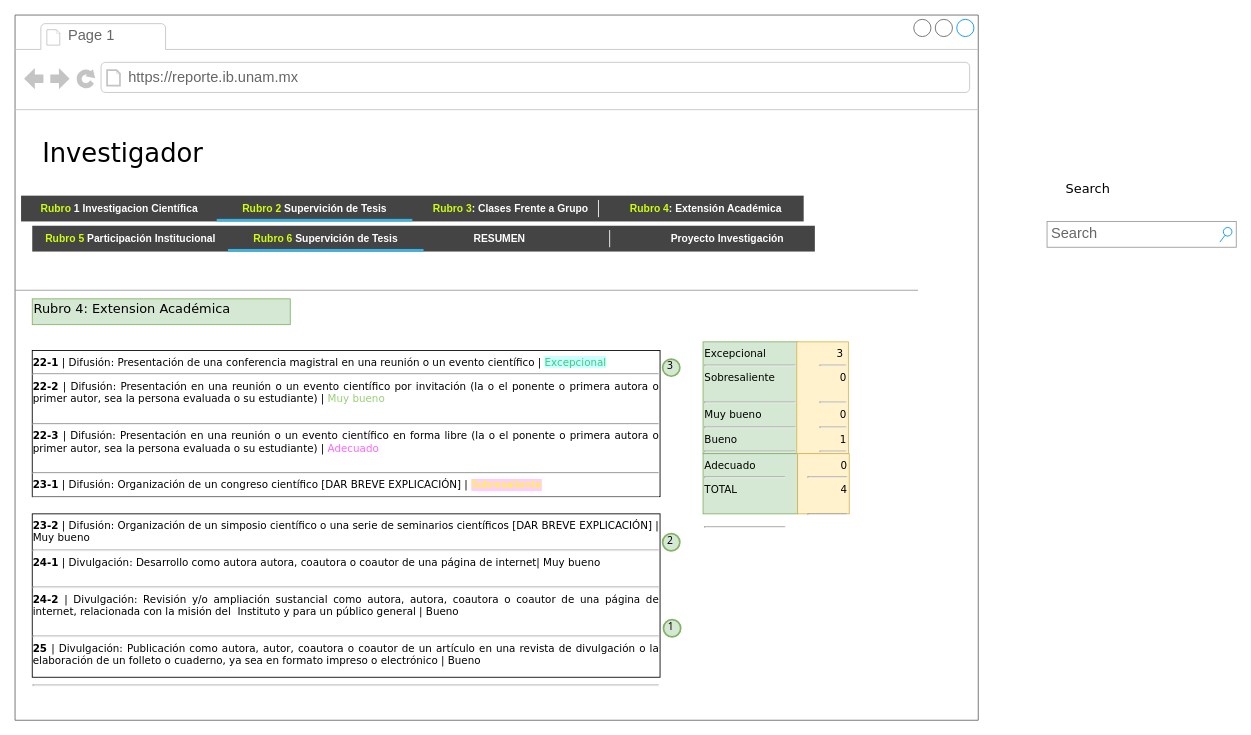
This is Investigador.drawio from mariogb/automatic-code-write, a draw.io file, before an edit. Source tidied: cells renumbered, new cells numbered last; positions are measured from the earlier drawing's top-left corner, leaving out a move shared by most shapes. Both pictures are drawn from the tidied source at 86%, with x=0, y=0 at pixel (15, 15).
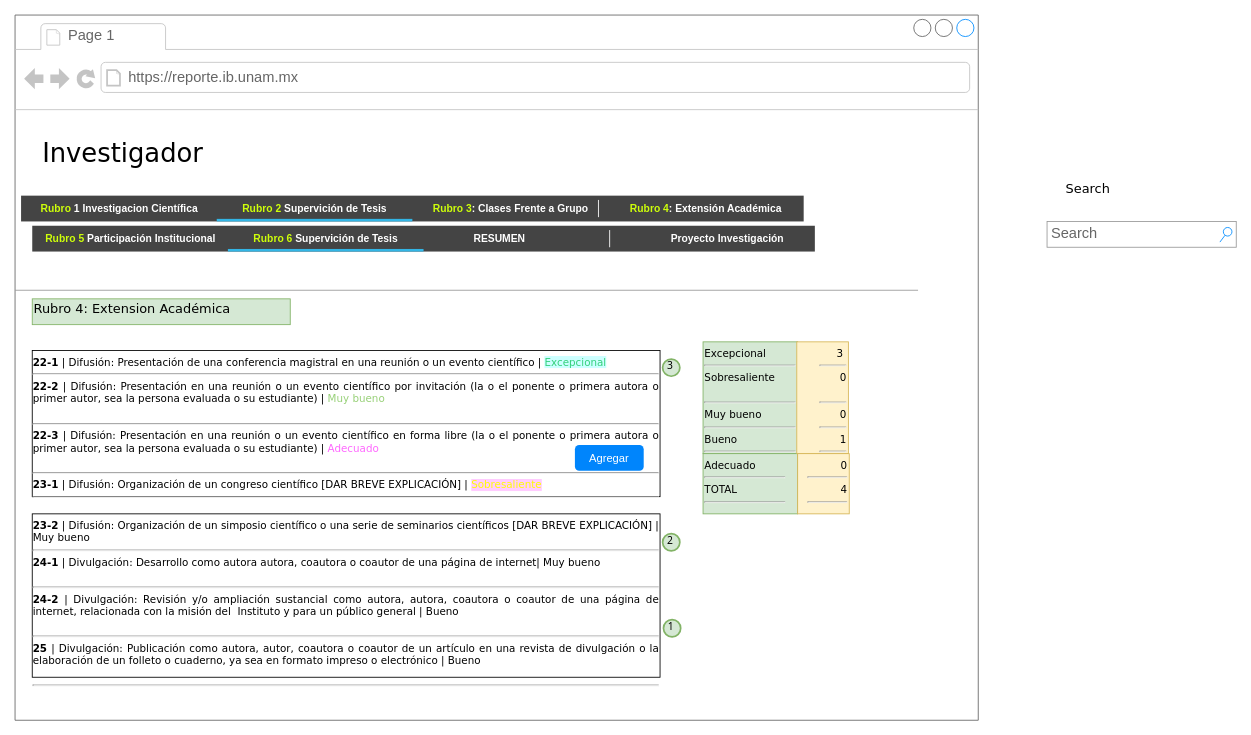
Above is the later version.

The change refers to these unchanged cells:
```xml
<mxCell id="2" style="strokeWidth=1;shadow=0;dashed=0;align=center;html=1;shape=mxgraph.mockup.containers.browserWindow;rSize=0;strokeColor=#666666;mainText=,;rounded=0;labelBackgroundColor=none;fontFamily=Verdana;fontSize=12;fillColor=none;" parent="1" vertex="1">
  <mxGeometry width="1120" height="820" as="geometry" />
</mxCell>
```

Change to the diagram source:
```diff
@@
-    <mxCell id="29" value="&lt;div align=&quot;left&quot;&gt;Adecuado &amp;nbsp;&amp;nbsp;&amp;nbsp;&amp;nbsp;&amp;nbsp;&amp;nbsp;&amp;nbsp;&amp;nbsp; &lt;br&gt;&lt;/div&gt;&lt;div align=&quot;left&quot;&gt;&lt;hr id=&quot;null&quot; style=&quot;&quot;&gt;&lt;span&gt;&lt;div style=&quot;&quot;&gt;TOTAL&lt;br&gt;&lt;br&gt;&lt;/div&gt;&lt;/span&gt;&lt;/div&gt;&lt;br&gt;&lt;hr align=&quot;left&quot; id=&quot;null&quot;&gt;" style="whiteSpace=wrap;html=1;rounded=0;shadow=0;labelBackgroundColor=none;strokeWidth=1;fontFamily=Verdana;fontSize=12;align=left;verticalAlign=top;fillColor=#d5e8d4;strokeColor=#82b366;" parent="2" vertex="1">
+    <mxCell id="29" value="&lt;div align=&quot;left&quot;&gt;Adecuado &amp;nbsp;&amp;nbsp;&amp;nbsp;&amp;nbsp;&amp;nbsp;&amp;nbsp;&amp;nbsp;&amp;nbsp; &lt;br&gt;&lt;/div&gt;&lt;div align=&quot;left&quot;&gt;&lt;hr id=&quot;null&quot; style=&quot;&quot;&gt;&lt;span&gt;&lt;div style=&quot;&quot;&gt;TOTAL&lt;br&gt;&lt;/div&gt;&lt;/span&gt;&lt;/div&gt;&lt;hr align=&quot;left&quot; id=&quot;null&quot;&gt;" style="whiteSpace=wrap;html=1;rounded=0;shadow=0;labelBackgroundColor=none;strokeWidth=1;fontFamily=Verdana;fontSize=12;align=left;verticalAlign=top;fillColor=#d5e8d4;strokeColor=#82b366;" parent="2" vertex="1">
       <mxGeometry x="800" y="510" width="110" height="70" as="geometry" />
     </mxCell>
@@
-    <mxCell id="31" value="&lt;div&gt;&amp;nbsp;&amp;nbsp;&amp;nbsp;&amp;nbsp;&amp;nbsp;&amp;nbsp;&amp;nbsp;&amp;nbsp;&amp;nbsp; 0 &lt;br&gt;&lt;/div&gt;&lt;div&gt;&lt;hr style=&quot;&quot; id=&quot;null&quot;&gt;&lt;span&gt;4&lt;/span&gt;&lt;/div&gt;&lt;br&gt;&lt;hr id=&quot;null&quot;&gt;" style="whiteSpace=wrap;html=1;rounded=0;shadow=0;labelBackgroundColor=none;strokeWidth=1;fontFamily=Verdana;fontSize=12;align=right;verticalAlign=top;fillColor=#fff2cc;strokeColor=#d6b656;" parent="2" vertex="1">
+    <mxCell id="31" value="&lt;div&gt;&amp;nbsp;&amp;nbsp;&amp;nbsp;&amp;nbsp;&amp;nbsp;&amp;nbsp;&amp;nbsp;&amp;nbsp;&amp;nbsp; 0 &lt;br&gt;&lt;/div&gt;&lt;div&gt;&lt;hr style=&quot;&quot; id=&quot;null&quot;&gt;&lt;span&gt;4&lt;/span&gt;&lt;/div&gt;&lt;hr id=&quot;null&quot;&gt;" style="whiteSpace=wrap;html=1;rounded=0;shadow=0;labelBackgroundColor=none;strokeWidth=1;fontFamily=Verdana;fontSize=12;align=right;verticalAlign=top;fillColor=#fff2cc;strokeColor=#d6b656;" parent="2" vertex="1">
       <mxGeometry x="910" y="510" width="60" height="70" as="geometry" />
     </mxCell>
+    <mxCell id="34" value="Agregar" style="html=1;shadow=0;dashed=0;shape=mxgraph.bootstrap.rrect;rSize=5;strokeColor=none;strokeWidth=1;fillColor=#0085FC;fontColor=#FFFFFF;whiteSpace=wrap;align=center;verticalAlign=middle;spacingLeft=0;fontStyle=0;fontSize=13;spacing=5;" parent="2" vertex="1">
+      <mxGeometry x="651" y="500" width="80" height="30" as="geometry" />
+    </mxCell>
```
